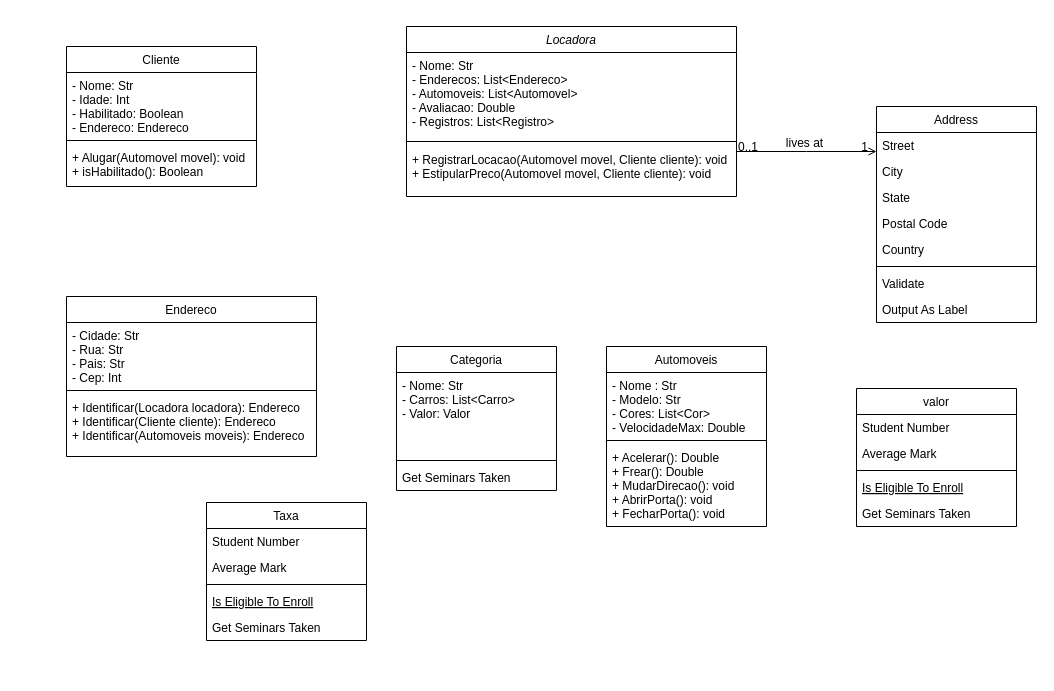
Above: Sistema Controle de Turma.drawio in Sant-Thiago/Estudos (draw.io), before the change. Source tidied: cells renumbered, new cells numbered last; positions are measured from the earlier drawing's top-left corner, leaving out a move shared by most shapes. Both pictures are drawn from the tidied source at 100%, with x=0, y=0 at pixel (66, 26).
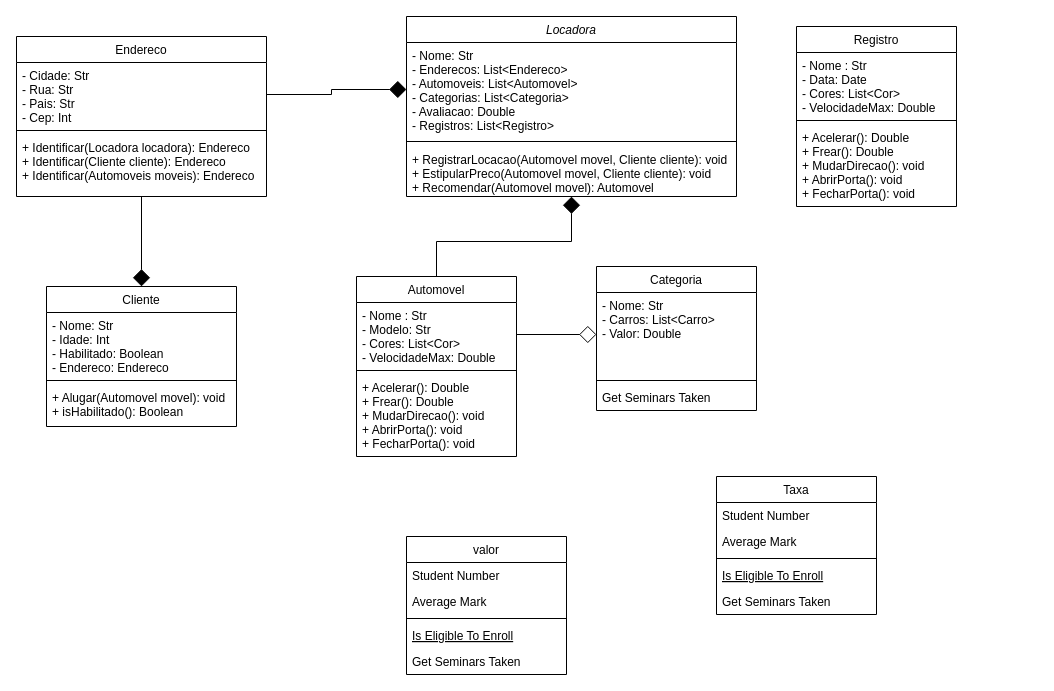
The same diagram, later.

The change refers to these unchanged cells:
```xml
<mxCell id="11" value="- Nome : Str&#10;- Modelo: Str&#10;- Cores: List&lt;Cor&gt;&#10;- VelocidadeMax: Double" style="text;align=left;verticalAlign=top;spacingLeft=4;spacingRight=4;overflow=hidden;points=[[0,0.5],[1,0.5]];portConstraint=eastwest;" parent="10" vertex="1">
  <mxGeometry y="26" width="160" height="64" as="geometry" />
</mxCell>
<mxCell id="44" value="- Cidade: Str&#10;- Rua: Str&#10;- Pais: Str &#10;- Cep: Int" style="text;align=left;verticalAlign=top;spacingLeft=4;spacingRight=4;overflow=hidden;points=[[0,0.5],[1,0.5]];portConstraint=eastwest;" parent="43" vertex="1">
  <mxGeometry y="26" width="250" height="64" as="geometry" />
</mxCell>
```

What changed in the source:
```diff
@@
+    <mxCell id="47" style="edgeStyle=orthogonalEdgeStyle;rounded=0;jettySize=auto;html=1;exitX=0.5;exitY=0;exitDx=0;exitDy=0;endArrow=diamond;endFill=1;endSize=15;" parent="1" edge="1" source="10" target="2">
+      <mxGeometry relative="1" as="geometry" />
+    </mxCell>
     <mxCell id="2" value="Locadora" style="swimlane;fontStyle=2;align=center;verticalAlign=top;horizontal=1;startSize=26;rounded=0;shadow=0;strokeWidth=1;" parent="1" vertex="1">
-      <mxGeometry x="340" width="330" height="170" as="geometry" />
+      <mxGeometry x="340" y="-10" width="330" height="180" as="geometry" />
     </mxCell>
-    <mxCell id="3" value="- Nome: Str&#10;- Enderecos: List&lt;Endereco&gt;&#10;- Automoveis: List&lt;Automovel&gt;&#10;- Avaliacao: Double&#10;- Registros: List&lt;Registro&gt;" style="text;align=left;verticalAlign=top;spacingLeft=4;spacingRight=4;overflow=hidden;points=[[0,0.5],[1,0.5]];portConstraint=eastwest;" parent="2" vertex="1">
-      <mxGeometry y="26" width="330" height="84" as="geometry" />
+    <mxCell id="3" value="- Nome: Str&#10;- Enderecos: List&lt;Endereco&gt;&#10;- Automoveis: List&lt;Automovel&gt;&#10;- Categorias: List&lt;Categoria&gt;&#10;- Avaliacao: Double&#10;- Registros: List&lt;Registro&gt;" style="text;align=left;verticalAlign=top;spacingLeft=4;spacingRight=4;overflow=hidden;points=[[0,0.5],[1,0.5]];portConstraint=eastwest;" parent="2" vertex="1">
+      <mxGeometry y="26" width="330" height="94" as="geometry" />
     </mxCell>
     <mxCell id="4" style="line;html=1;strokeWidth=1;align=left;verticalAlign=middle;spacingTop=-1;spacingLeft=3;spacingRight=3;labelPosition=right;" parent="2" vertex="1">
-      <mxGeometry y="110" width="330" height="10" as="geometry" />
+      <mxGeometry y="120" width="330" height="10" as="geometry" />
     </mxCell>
-    <mxCell id="5" value="+ RegistrarLocacao(Automovel movel, Cliente cliente): void&#10;+ EstipularPreco(Automovel movel, Cliente cliente): void" style="text;align=left;verticalAlign=top;spacingLeft=4;spacingRight=4;overflow=hidden;" parent="2" vertex="1">
-      <mxGeometry y="120" width="330" height="50" as="geometry" />
+    <mxCell id="5" value="+ RegistrarLocacao(Automovel movel, Cliente cliente): void&#10;+ EstipularPreco(Automovel movel, Cliente cliente): void&#10;+ Recomendar(Automovel movel): Automovel" style="text;align=left;verticalAlign=top;spacingLeft=4;spacingRight=4;overflow=hidden;" parent="2" vertex="1">
+      <mxGeometry y="130" width="330" height="50" as="geometry" />
     </mxCell>
     <mxCell id="6" value="Categoria" style="swimlane;fontStyle=0;align=center;verticalAlign=top;horizontal=1;startSize=26;rounded=0;shadow=0;strokeWidth=1;" parent="1" vertex="1">
-      <mxGeometry x="330" y="320" width="160" height="144" as="geometry" />
+      <mxGeometry x="530" y="240" width="160" height="144" as="geometry" />
     </mxCell>
-    <mxCell id="7" value="- Nome: Str&#10;- Carros: List&lt;Carro&gt;&#10;- Valor: Valor&#10;" style="text;align=left;verticalAlign=top;spacingLeft=4;spacingRight=4;overflow=hidden;points=[[0,0.5],[1,0.5]];portConstraint=eastwest;" parent="6" vertex="1">
+    <mxCell id="7" value="- Nome: Str&#10;- Carros: List&lt;Carro&gt;&#10;- Valor: Double&#10;" style="text;align=left;verticalAlign=top;spacingLeft=4;spacingRight=4;overflow=hidden;points=[[0,0.5],[1,0.5]];portConstraint=eastwest;" parent="6" vertex="1">
       <mxGeometry y="26" width="160" height="84" as="geometry" />
     </mxCell>
@@
-    <mxCell id="10" value="Automoveis" style="swimlane;fontStyle=0;align=center;verticalAlign=top;horizontal=1;startSize=26;rounded=0;shadow=0;strokeWidth=1;" parent="1" vertex="1">
-      <mxGeometry x="540" y="320" width="160" height="180" as="geometry" />
+    <mxCell id="10" value="Automovel" style="swimlane;fontStyle=0;align=center;verticalAlign=top;horizontal=1;startSize=26;rounded=0;shadow=0;strokeWidth=1;" parent="1" vertex="1">
+      <mxGeometry x="290" y="250" width="160" height="180" as="geometry" />
     </mxCell>
@@
-    <mxCell id="14" value="Address" style="swimlane;fontStyle=0;align=center;verticalAlign=top;horizontal=1;startSize=26;rounded=0;shadow=0;strokeWidth=1;" parent="1" vertex="1">
-      <mxGeometry x="810" y="80" width="160" height="216" as="geometry" />
-    </mxCell>
-    <mxCell id="15" value="Street" style="text;align=left;verticalAlign=top;spacingLeft=4;spacingRight=4;overflow=hidden;" parent="14" vertex="1">
-      <mxGeometry y="26" width="160" height="26" as="geometry" />
-    </mxCell>
-    <mxCell id="16" value="City" style="text;align=left;verticalAlign=top;spacingLeft=4;spacingRight=4;overflow=hidden;rounded=0;shadow=0;html=0;" parent="14" vertex="1">
-      <mxGeometry y="52" width="160" height="26" as="geometry" />
-    </mxCell>
-    <mxCell id="17" value="State" style="text;align=left;verticalAlign=top;spacingLeft=4;spacingRight=4;overflow=hidden;rounded=0;shadow=0;html=0;" parent="14" vertex="1">
-      <mxGeometry y="78" width="160" height="26" as="geometry" />
-    </mxCell>
-    <mxCell id="18" value="Postal Code" style="text;align=left;verticalAlign=top;spacingLeft=4;spacingRight=4;overflow=hidden;rounded=0;shadow=0;html=0;" parent="14" vertex="1">
-      <mxGeometry y="104" width="160" height="26" as="geometry" />
-    </mxCell>
-    <mxCell id="19" value="Country" style="text;align=left;verticalAlign=top;spacingLeft=4;spacingRight=4;overflow=hidden;rounded=0;shadow=0;html=0;" parent="14" vertex="1">
-      <mxGeometry y="130" width="160" height="26" as="geometry" />
-    </mxCell>
-    <mxCell id="20" style="line;html=1;strokeWidth=1;align=left;verticalAlign=middle;spacingTop=-1;spacingLeft=3;spacingRight=3;labelPosition=right;" parent="14" vertex="1">
-      <mxGeometry y="156" width="160" height="8" as="geometry" />
-    </mxCell>
-    <mxCell id="21" value="Validate" style="text;align=left;verticalAlign=top;spacingLeft=4;spacingRight=4;overflow=hidden;" parent="14" vertex="1">
-      <mxGeometry y="164" width="160" height="26" as="geometry" />
-    </mxCell>
-    <mxCell id="22" value="Output As Label" style="text;align=left;verticalAlign=top;spacingLeft=4;spacingRight=4;overflow=hidden;" parent="14" vertex="1">
-      <mxGeometry y="190" width="160" height="26" as="geometry" />
-    </mxCell>
-    <mxCell id="23" style="endArrow=open;shadow=0;strokeWidth=1;rounded=0;curved=0;endFill=1;edgeStyle=elbowEdgeStyle;elbow=vertical;" parent="1" edge="1" source="2" target="14">
-      <mxGeometry x="0.5" y="41" relative="1" as="geometry">
-        <mxPoint x="-40" y="32" as="offset" />
-      </mxGeometry>
-    </mxCell>
-    <mxCell id="24" value="0..1" style="align=left;verticalAlign=bottom;labelBackgroundColor=none;fontSize=12;" parent="23" vertex="1">
-      <mxGeometry x="-1" relative="1" as="geometry">
-        <mxPoint y="4" as="offset" />
-      </mxGeometry>
-    </mxCell>
-    <mxCell id="25" value="1" style="align=right;verticalAlign=bottom;labelBackgroundColor=none;fontSize=12;" parent="23" vertex="1">
-      <mxGeometry x="1" relative="1" as="geometry">
-        <mxPoint x="-7" y="4" as="offset" />
-      </mxGeometry>
-    </mxCell>
-    <mxCell id="26" value="lives at" style="text;html=1;align=center;verticalAlign=middle;labelBackgroundColor=none;rounded=0;shadow=0;strokeWidth=1;fontSize=12;" parent="23" vertex="1">
-      <mxGeometry x="0.5" y="49" relative="1" as="geometry">
-        <mxPoint x="-38" y="40" as="offset" />
-      </mxGeometry>
-    </mxCell>
     <mxCell id="27" value="valor" style="swimlane;fontStyle=0;align=center;verticalAlign=top;horizontal=1;startSize=26;rounded=0;shadow=0;strokeWidth=1;" parent="1" vertex="1">
-      <mxGeometry x="790" y="362" width="160" height="138" as="geometry" />
+      <mxGeometry x="340" y="510" width="160" height="138" as="geometry" />
     </mxCell>
@@
     <mxCell id="33" value="Cliente" style="swimlane;fontStyle=0;align=center;verticalAlign=top;horizontal=1;startSize=26;rounded=0;shadow=0;strokeWidth=1;" parent="1" vertex="1">
-      <mxGeometry y="20" width="190" height="140" as="geometry" />
+      <mxGeometry x="-20" y="260" width="190" height="140" as="geometry" />
     </mxCell>
@@
     <mxCell id="37" value="Taxa" style="swimlane;fontStyle=0;align=center;verticalAlign=top;horizontal=1;startSize=26;rounded=0;shadow=0;strokeWidth=1;" parent="1" vertex="1">
-      <mxGeometry x="140" y="476" width="160" height="138" as="geometry" />
+      <mxGeometry x="650" y="450" width="160" height="138" as="geometry" />
     </mxCell>
@@
+    <mxCell id="48" style="edgeStyle=orthogonalEdgeStyle;rounded=0;jettySize=auto;html=1;entryX=0.5;entryY=0;entryDx=0;entryDy=0;endArrow=diamond;endFill=1;endSize=15;" parent="1" edge="1" source="43" target="33">
+      <mxGeometry relative="1" as="geometry" />
+    </mxCell>
     <mxCell id="43" value="Endereco" style="swimlane;fontStyle=0;align=center;verticalAlign=top;horizontal=1;startSize=26;rounded=0;shadow=0;strokeWidth=1;" parent="1" vertex="1">
-      <mxGeometry y="270" width="250" height="160" as="geometry" />
+      <mxGeometry x="-50" y="10" width="250" height="160" as="geometry" />
     </mxCell>
@@
+    <mxCell id="49" style="edgeStyle=orthogonalEdgeStyle;rounded=0;jettySize=auto;html=1;entryX=0;entryY=0.5;entryDx=0;entryDy=0;endArrow=diamond;endFill=0;endSize=15;exitX=1;exitY=0.5;exitDx=0;exitDy=0;" parent="1" edge="1" source="11" target="7">
+      <mxGeometry relative="1" as="geometry" />
+    </mxCell>
+    <mxCell id="50" style="edgeStyle=orthogonalEdgeStyle;rounded=0;jettySize=auto;html=1;exitX=1;exitY=0.5;exitDx=0;exitDy=0;entryX=0;entryY=0.5;entryDx=0;entryDy=0;endArrow=diamond;endFill=1;endSize=15;" parent="1" edge="1" source="44" target="3">
+      <mxGeometry relative="1" as="geometry" />
+    </mxCell>
+    <mxCell id="51" value="Registro" style="swimlane;fontStyle=0;align=center;verticalAlign=top;horizontal=1;startSize=26;rounded=0;shadow=0;strokeWidth=1;" parent="1" vertex="1">
+      <mxGeometry x="730" width="160" height="180" as="geometry" />
+    </mxCell>
+    <mxCell id="52" value="- Nome : Str&#10;- Data: Date&#10;- Cores: List&lt;Cor&gt;&#10;- VelocidadeMax: Double" style="text;align=left;verticalAlign=top;spacingLeft=4;spacingRight=4;overflow=hidden;" parent="51" vertex="1">
+      <mxGeometry y="26" width="160" height="64" as="geometry" />
+    </mxCell>
+    <mxCell id="53" style="line;html=1;strokeWidth=1;align=left;verticalAlign=middle;spacingTop=-1;spacingLeft=3;spacingRight=3;labelPosition=right;" parent="51" vertex="1">
+      <mxGeometry y="90" width="160" height="8" as="geometry" />
+    </mxCell>
+    <mxCell id="54" value="+ Acelerar(): Double&#10;+ Frear(): Double&#10;+ MudarDirecao(): void&#10;+ AbrirPorta(): void&#10;+ FecharPorta(): void" style="text;align=left;verticalAlign=top;spacingLeft=4;spacingRight=4;overflow=hidden;" parent="51" vertex="1">
+      <mxGeometry y="98" width="160" height="82" as="geometry" />
+    </mxCell>
```
